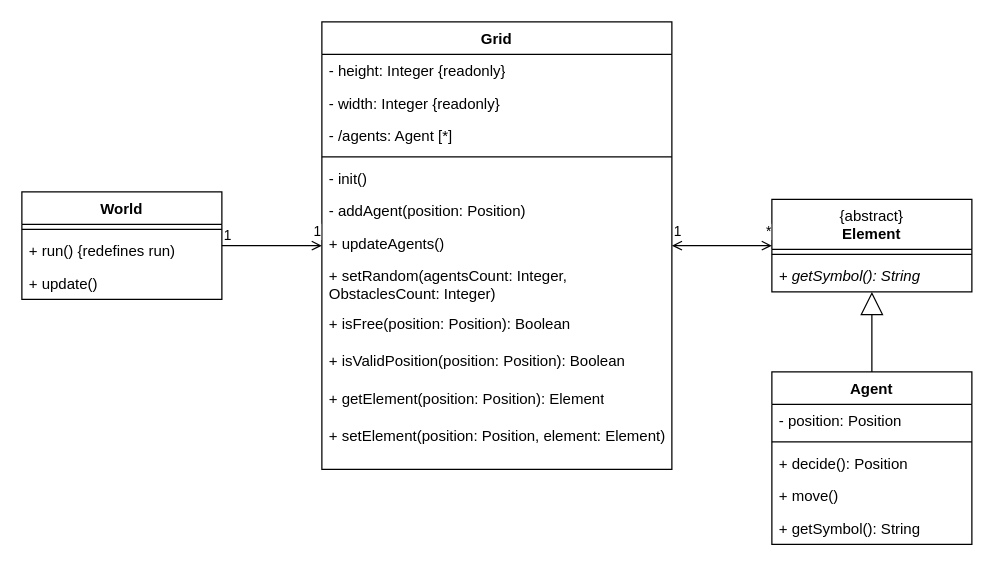
This is Diagrams/Class Diagram.drawio from highestPACE/mini-agent-simulation, a draw.io file, before an edit. Source tidied: cells renumbered, new cells numbered last; positions are measured from the earlier drawing's top-left corner, leaving out a move shared by most shapes. Both pictures are drawn from the tidied source at 125%, with x=0, y=0 at pixel (21, 21).
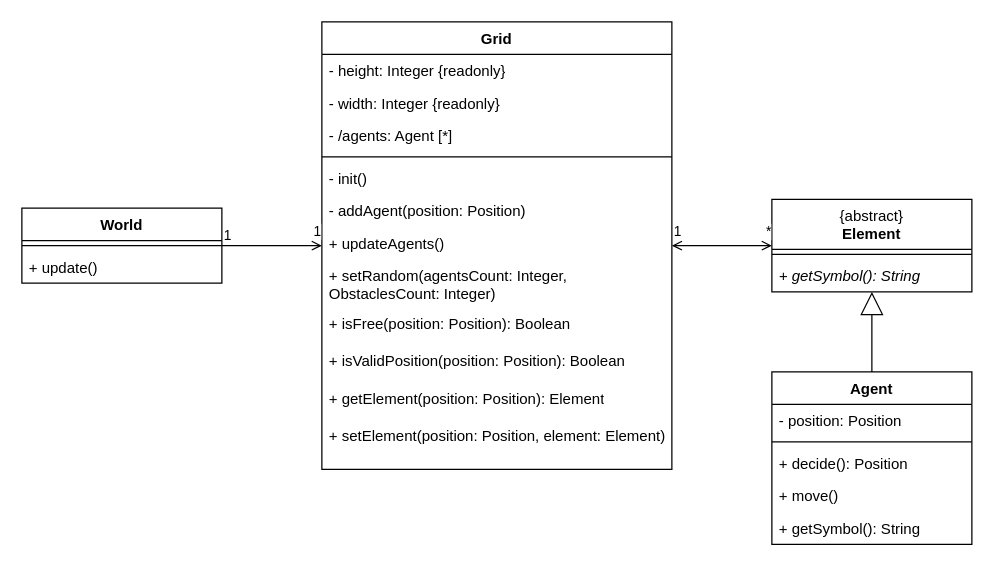
Above is the later version.

The edit, as a diff of the source:
```diff
@@
     <mxCell id="2" value="World" style="swimlane;fontStyle=1;align=center;verticalAlign=top;horizontal=1;startSize=26;whiteSpace=wrap;html=1;" parent="1" vertex="1">
-      <mxGeometry y="136" width="160" height="86" as="geometry" />
+      <mxGeometry y="149" width="160" height="60" as="geometry" />
     </mxCell>
@@
-    <mxCell id="4" value="+ run() {redefines run)" style="text;strokeColor=none;fillColor=none;align=left;verticalAlign=top;spacingLeft=4;spacingRight=4;overflow=hidden;whiteSpace=wrap;html=1;" parent="2" vertex="1">
-      <mxGeometry y="34" width="160" height="26" as="geometry" />
-    </mxCell>
     <mxCell id="5" value="+ update()" style="text;strokeColor=none;fillColor=none;align=left;verticalAlign=top;spacingLeft=4;spacingRight=4;overflow=hidden;whiteSpace=wrap;html=1;" parent="2" vertex="1">
-      <mxGeometry y="60" width="160" height="26" as="geometry" />
+      <mxGeometry y="34" width="160" height="26" as="geometry" />
     </mxCell>
```
